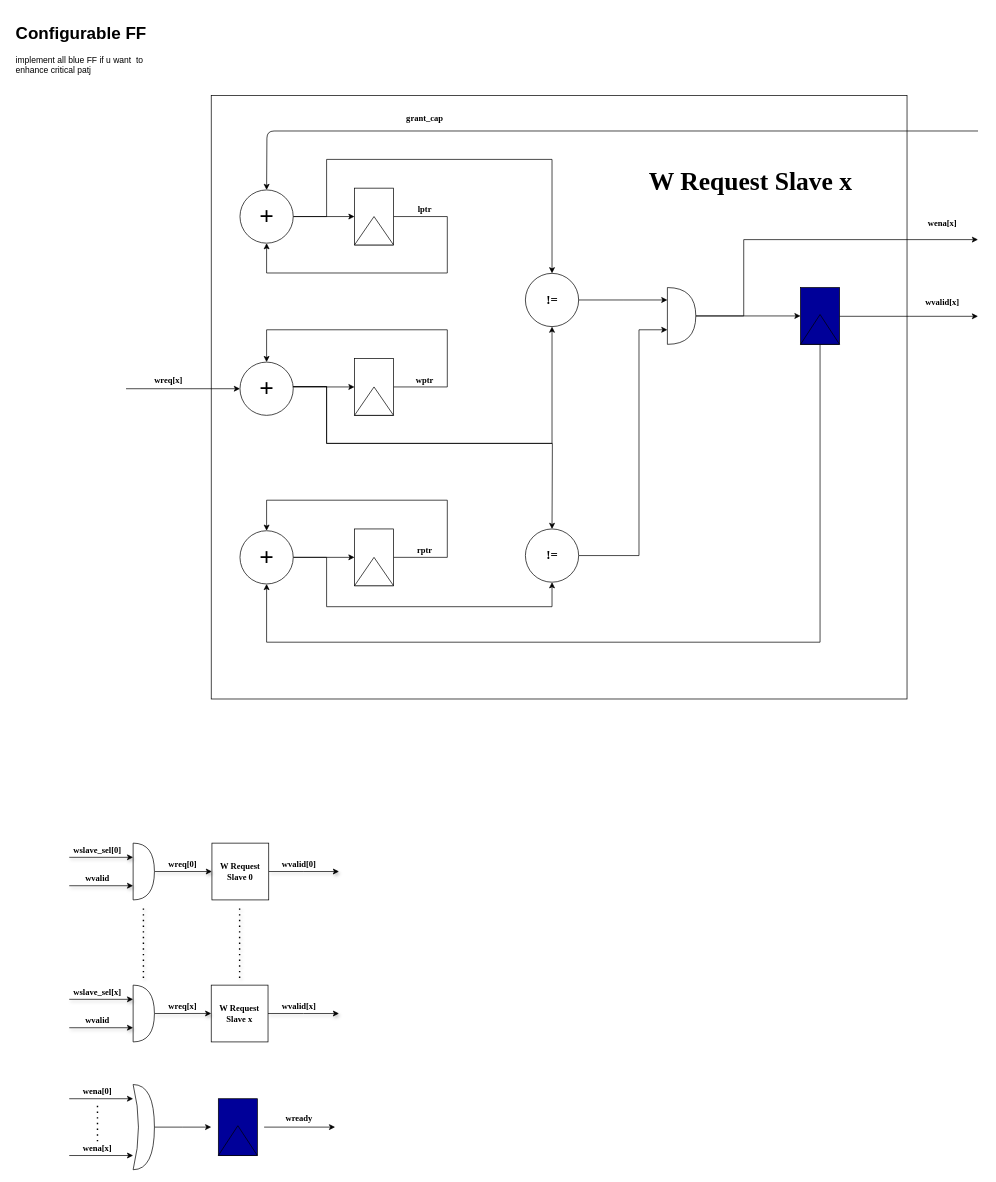
The draw.io diagram page "W Rounter" (3 of 14) of VG_AxiBus/Doc/reg_free.drawio in nguyenquanicd/VG_RTL, before the edit. Source tidied: cells renumbered, new cells numbered last; positions are measured from the earlier drawing's top-left corner, leaving out a move shared by most shapes. Both pictures are drawn from the tidied source at 71%, with x=0, y=0 at pixel (12, 19).
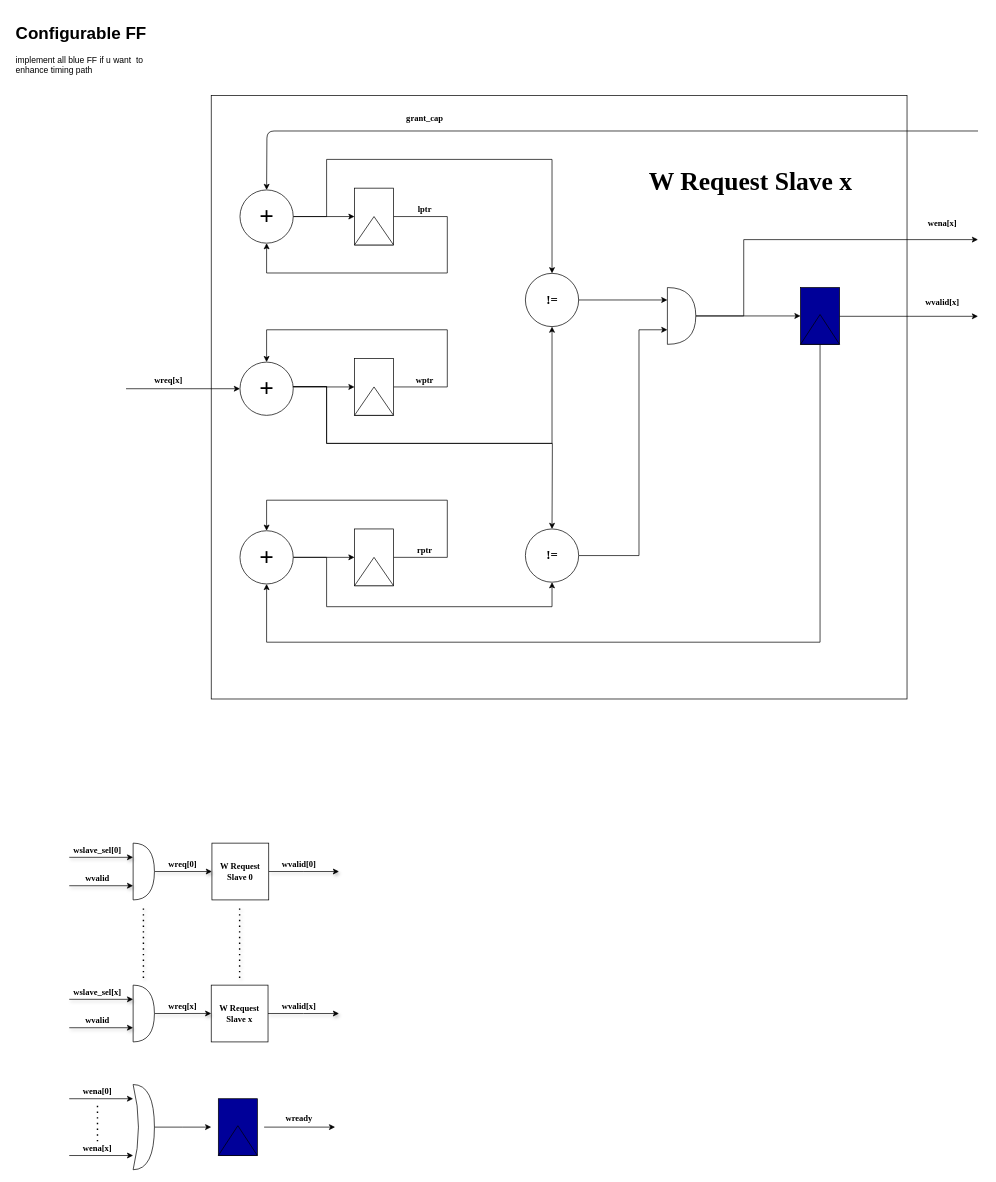
The same page after the edit.

Change to the diagram source:
```diff
@@
-    <mxCell id="76" value="&lt;h1&gt;Configurable FF&lt;/h1&gt;&lt;p&gt;implement all blue FF if u want&amp;nbsp; to enhance critical patj&lt;/p&gt;" style="text;html=1;strokeColor=none;fillColor=none;spacing=5;spacingTop=-20;whiteSpace=wrap;overflow=hidden;rounded=0;shadow=0;" parent="1" vertex="1">
+    <mxCell id="76" value="&lt;h1&gt;Configurable FF&lt;/h1&gt;&lt;p&gt;implement all blue FF if u want&amp;nbsp; to enhance timing path&lt;/p&gt;" style="text;html=1;strokeColor=none;fillColor=none;spacing=5;spacingTop=-20;whiteSpace=wrap;overflow=hidden;rounded=0;shadow=0;" parent="1" vertex="1">
       <mxGeometry width="227" height="100" as="geometry" />
     </mxCell>
```
